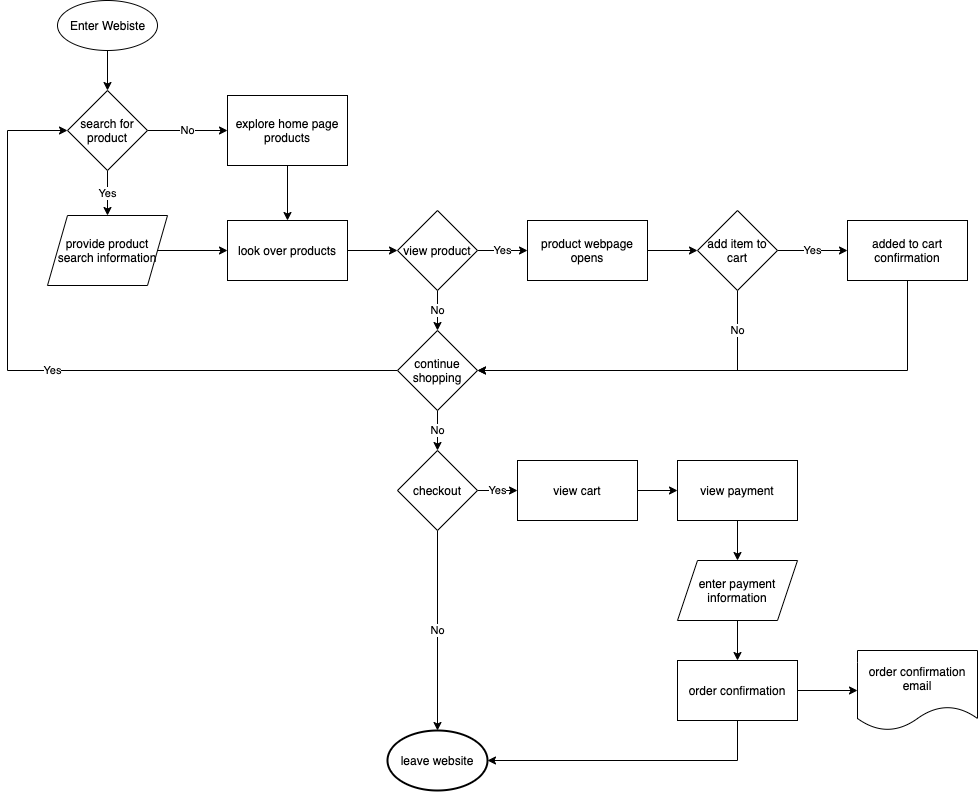
EthanWadsworth/sp21-cse110-lab4 keeps this draw.io diagram as part2/part2.drawio.png. Above is the earlier version. Source tidied: cells renumbered, new cells last; positions are measured from the earlier drawing's top-left corner, leaving out a move shared by most shapes.
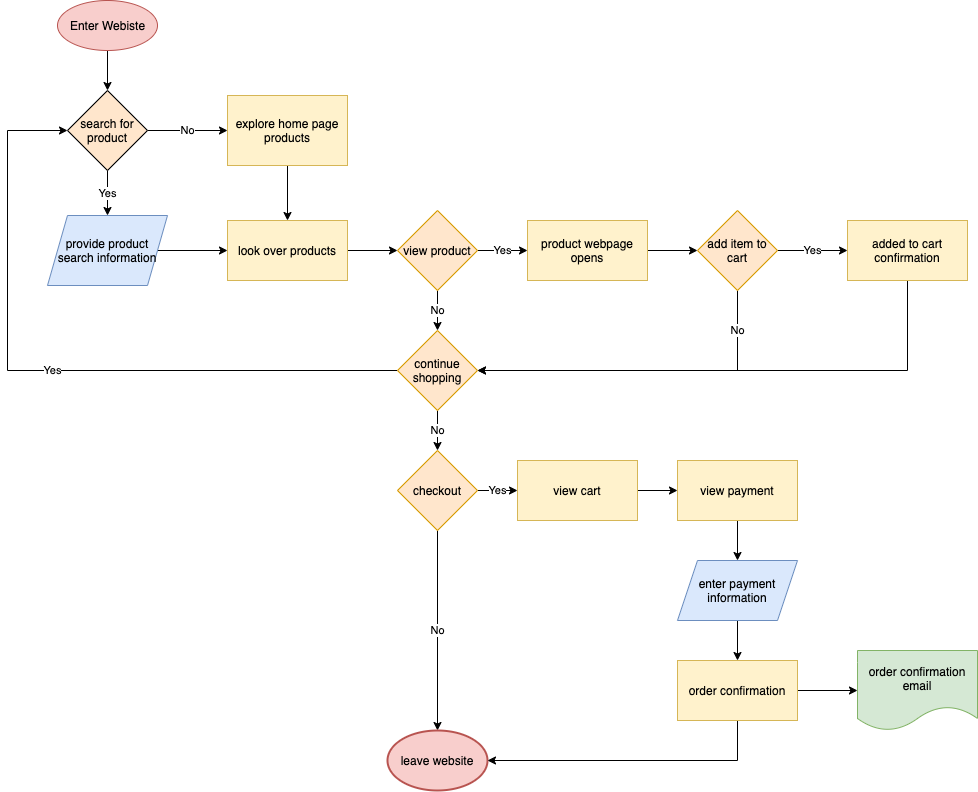
Later version of the same file.

What changed in the source:
```diff
@@ -2,19 +2,19 @@
   <root>
     <mxCell id="0" />
     <mxCell id="1" parent="0" />
-    <mxCell id="2" style="edgeStyle=orthogonalEdgeStyle;rounded=0;jettySize=auto;html=1;" parent="1" edge="1" source="3" target="23">
+    <mxCell id="2" style="edgeStyle=orthogonalEdgeStyle;rounded=0;jettySize=auto;html=1;strokeColor=#000000;" parent="1" edge="1" source="3" target="23">
       <mxGeometry relative="1" as="geometry" />
     </mxCell>
-    <mxCell id="3" value="Enter Webiste" style="shape=ellipse;html=1;dashed=0;whitespace=wrap;perimeter=ellipsePerimeter;" parent="1" vertex="1">
+    <mxCell id="3" value="Enter Webiste" style="shape=ellipse;html=1;dashed=0;whitespace=wrap;perimeter=ellipsePerimeter;fillColor=#f8cecc;strokeColor=#b85450;fontColor=#000000;" parent="1" vertex="1">
       <mxGeometry x="50" width="100" height="50" as="geometry" />
     </mxCell>
-    <mxCell id="4" style="edgeStyle=orthogonalEdgeStyle;rounded=0;jettySize=auto;html=1;" parent="1" edge="1" source="5" target="25">
+    <mxCell id="4" style="edgeStyle=orthogonalEdgeStyle;rounded=0;jettySize=auto;html=1;strokeColor=#000000;" parent="1" edge="1" source="5" target="25">
       <mxGeometry relative="1" as="geometry" />
     </mxCell>
-    <mxCell id="5" value="explore home page products" style="rounded=0;whiteSpace=wrap;html=1;" parent="1" vertex="1">
+    <mxCell id="5" value="explore home page products" style="rounded=0;whiteSpace=wrap;html=1;fillColor=#fff2cc;strokeColor=#d6b656;fontColor=#000000;" parent="1" vertex="1">
       <mxGeometry x="220" y="95" width="120" height="70" as="geometry" />
     </mxCell>
-    <mxCell id="6" value="Yes" style="edgeStyle=orthogonalEdgeStyle;rounded=0;jettySize=auto;html=1;exitX=0;exitY=0.5;exitDx=0;exitDy=0;entryX=0;entryY=0.5;entryDx=0;entryDy=0;" parent="1" edge="1" source="8" target="23">
+    <mxCell id="6" value="Yes" style="edgeStyle=orthogonalEdgeStyle;rounded=0;jettySize=auto;html=1;exitX=0;exitY=0.5;exitDx=0;exitDy=0;entryX=0;entryY=0.5;entryDx=0;entryDy=0;strokeColor=#000000;fontColor=#000000;" parent="1" edge="1" source="8" target="23">
       <mxGeometry relative="1" as="geometry">
         <Array as="points">
           <mxPoint y="370" />
@@ -22,103 +22,103 @@
         </Array>
       </mxGeometry>
     </mxCell>
-    <mxCell id="7" value="No" style="edgeStyle=orthogonalEdgeStyle;rounded=0;jettySize=auto;html=1;" parent="1" edge="1" source="8" target="11">
+    <mxCell id="7" value="No" style="edgeStyle=orthogonalEdgeStyle;rounded=0;jettySize=auto;html=1;fontColor=#000000;strokeColor=#000000;" parent="1" edge="1" source="8" target="11">
       <mxGeometry relative="1" as="geometry" />
     </mxCell>
-    <mxCell id="8" value="continue shopping" style="rhombus;whiteSpace=wrap;html=1;" parent="1" vertex="1">
+    <mxCell id="8" value="continue shopping" style="rhombus;whiteSpace=wrap;html=1;fillColor=#ffe6cc;strokeColor=#d79b00;fontColor=#000000;" parent="1" vertex="1">
       <mxGeometry x="390" y="330" width="80" height="80" as="geometry" />
     </mxCell>
-    <mxCell id="9" value="Yes" style="edgeStyle=orthogonalEdgeStyle;rounded=0;jettySize=auto;html=1;" parent="1" edge="1" source="11" target="31">
+    <mxCell id="9" value="Yes" style="edgeStyle=orthogonalEdgeStyle;rounded=0;jettySize=auto;html=1;fontColor=#000000;strokeColor=#000000;" parent="1" edge="1" source="11" target="31">
       <mxGeometry relative="1" as="geometry" />
     </mxCell>
-    <mxCell id="10" value="No" style="edgeStyle=orthogonalEdgeStyle;rounded=0;jettySize=auto;html=1;" parent="1" edge="1" source="11" target="12">
+    <mxCell id="10" value="No" style="edgeStyle=orthogonalEdgeStyle;rounded=0;jettySize=auto;html=1;fontColor=#000000;strokeColor=#000000;" parent="1" edge="1" source="11" target="12">
       <mxGeometry relative="1" as="geometry" />
     </mxCell>
-    <mxCell id="11" value="checkout" style="rhombus;whiteSpace=wrap;html=1;" parent="1" vertex="1">
+    <mxCell id="11" value="checkout" style="rhombus;whiteSpace=wrap;html=1;fillColor=#ffe6cc;strokeColor=#d79b00;fontColor=#000000;" parent="1" vertex="1">
       <mxGeometry x="390" y="450" width="80" height="80" as="geometry" />
     </mxCell>
-    <mxCell id="12" value="leave website" style="strokeWidth=2;html=1;shape=mxgraph.flowchart.start_1;whiteSpace=wrap;" parent="1" vertex="1">
+    <mxCell id="12" value="leave website" style="strokeWidth=2;html=1;shape=mxgraph.flowchart.start_1;whiteSpace=wrap;fillColor=#f8cecc;strokeColor=#b85450;fontColor=#000000;" parent="1" vertex="1">
       <mxGeometry x="380" y="730" width="100" height="60" as="geometry" />
     </mxCell>
-    <mxCell id="13" value="Yes" style="edgeStyle=orthogonalEdgeStyle;rounded=0;jettySize=auto;html=1;" parent="1" edge="1" source="15" target="27">
+    <mxCell id="13" value="Yes" style="edgeStyle=orthogonalEdgeStyle;rounded=0;jettySize=auto;html=1;fontColor=#000000;strokeColor=#000000;" parent="1" edge="1" source="15" target="27">
       <mxGeometry relative="1" as="geometry" />
     </mxCell>
-    <mxCell id="14" value="No" style="edgeStyle=orthogonalEdgeStyle;rounded=0;jettySize=auto;html=1;" parent="1" edge="1" source="15" target="8">
+    <mxCell id="14" value="No" style="edgeStyle=orthogonalEdgeStyle;rounded=0;jettySize=auto;html=1;fontColor=#000000;strokeColor=#000000;" parent="1" edge="1" source="15" target="8">
       <mxGeometry relative="1" as="geometry" />
     </mxCell>
-    <mxCell id="15" value="view product" style="rhombus;whiteSpace=wrap;html=1;" parent="1" vertex="1">
+    <mxCell id="15" value="view product" style="rhombus;whiteSpace=wrap;html=1;fillColor=#ffe6cc;strokeColor=#d79b00;fontColor=#000000;" parent="1" vertex="1">
       <mxGeometry x="390" y="210" width="80" height="80" as="geometry" />
     </mxCell>
-    <mxCell id="16" style="edgeStyle=orthogonalEdgeStyle;rounded=0;jettySize=auto;html=1;" parent="1" edge="1" source="17" target="25">
+    <mxCell id="16" style="edgeStyle=orthogonalEdgeStyle;rounded=0;jettySize=auto;html=1;strokeColor=#000000;" parent="1" edge="1" source="17" target="25">
       <mxGeometry relative="1" as="geometry" />
     </mxCell>
-    <mxCell id="17" value="provide product search information" style="shape=parallelogram;perimeter=parallelogramPerimeter;whiteSpace=wrap;html=1;fixedSize=1;rounded=0;" parent="1" vertex="1">
+    <mxCell id="17" value="provide product search information" style="shape=parallelogram;perimeter=parallelogramPerimeter;whiteSpace=wrap;html=1;fixedSize=1;rounded=0;fillColor=#dae8fc;strokeColor=#6c8ebf;fontColor=#000000;" parent="1" vertex="1">
       <mxGeometry x="40" y="215" width="120" height="70" as="geometry" />
     </mxCell>
-    <mxCell id="18" value="Yes" style="edgeStyle=orthogonalEdgeStyle;rounded=0;jettySize=auto;html=1;" parent="1" edge="1" source="20" target="29">
+    <mxCell id="18" value="Yes" style="edgeStyle=orthogonalEdgeStyle;rounded=0;jettySize=auto;html=1;fontColor=#000000;strokeColor=#000000;" parent="1" edge="1" source="20" target="29">
       <mxGeometry relative="1" as="geometry" />
     </mxCell>
-    <mxCell id="19" value="No" style="edgeStyle=orthogonalEdgeStyle;rounded=0;jettySize=auto;html=1;exitX=0.5;exitY=1;exitDx=0;exitDy=0;entryX=1;entryY=0.5;entryDx=0;entryDy=0;" parent="1" edge="1" source="20" target="8">
+    <mxCell id="19" value="No" style="edgeStyle=orthogonalEdgeStyle;rounded=0;jettySize=auto;html=1;exitX=0.5;exitY=1;exitDx=0;exitDy=0;entryX=1;entryY=0.5;entryDx=0;entryDy=0;fontColor=#000000;strokeColor=#000000;" parent="1" edge="1" source="20" target="8">
       <mxGeometry x="-0.76" relative="1" as="geometry" />
     </mxCell>
-    <mxCell id="20" value="add item to cart" style="rhombus;whiteSpace=wrap;html=1;" parent="1" vertex="1">
+    <mxCell id="20" value="add item to cart" style="rhombus;whiteSpace=wrap;html=1;fillColor=#ffe6cc;strokeColor=#d79b00;fontColor=#000000;" parent="1" vertex="1">
       <mxGeometry x="690" y="210" width="80" height="80" as="geometry" />
     </mxCell>
-    <mxCell id="21" value="Yes" style="edgeStyle=orthogonalEdgeStyle;rounded=0;jettySize=auto;html=1;exitX=0.5;exitY=1;exitDx=0;exitDy=0;entryX=0.5;entryY=0;entryDx=0;entryDy=0;" parent="1" edge="1" source="23" target="17">
+    <mxCell id="21" value="Yes" style="edgeStyle=orthogonalEdgeStyle;rounded=0;jettySize=auto;html=1;exitX=0.5;exitY=1;exitDx=0;exitDy=0;entryX=0.5;entryY=0;entryDx=0;entryDy=0;fontColor=#000000;strokeColor=#000000;" parent="1" edge="1" source="23" target="17">
       <mxGeometry relative="1" as="geometry" />
     </mxCell>
-    <mxCell id="22" value="No" style="edgeStyle=orthogonalEdgeStyle;rounded=0;jettySize=auto;html=1;" parent="1" edge="1" source="23" target="5">
+    <mxCell id="22" value="No" style="edgeStyle=orthogonalEdgeStyle;rounded=0;jettySize=auto;html=1;fontColor=#000000;strokeColor=#000000;" parent="1" edge="1" source="23" target="5">
       <mxGeometry relative="1" as="geometry" />
     </mxCell>
-    <mxCell id="23" value="search for product" style="rhombus;whiteSpace=wrap;html=1;" parent="1" vertex="1">
+    <mxCell id="23" value="search for product" style="rhombus;whiteSpace=wrap;html=1;fillColor=#ffe6cc;strokeColor=#000000;fontColor=#000000;" parent="1" vertex="1">
       <mxGeometry x="60" y="90" width="80" height="80" as="geometry" />
     </mxCell>
-    <mxCell id="24" style="edgeStyle=orthogonalEdgeStyle;rounded=0;jettySize=auto;html=1;" parent="1" edge="1" source="25" target="15">
+    <mxCell id="24" style="edgeStyle=orthogonalEdgeStyle;rounded=0;jettySize=auto;html=1;fontColor=#000000;labelBorderColor=#000000;fillColor=#f5f5f5;strokeColor=#000000;" parent="1" edge="1" source="25" target="15">
       <mxGeometry relative="1" as="geometry" />
     </mxCell>
-    <mxCell id="25" value="look over products" style="rounded=0;whiteSpace=wrap;html=1;" parent="1" vertex="1">
+    <mxCell id="25" value="look over products" style="rounded=0;whiteSpace=wrap;html=1;fillColor=#fff2cc;strokeColor=#d6b656;fontColor=#000000;" parent="1" vertex="1">
       <mxGeometry x="220" y="220" width="120" height="60" as="geometry" />
     </mxCell>
-    <mxCell id="26" style="edgeStyle=orthogonalEdgeStyle;rounded=0;jettySize=auto;html=1;" parent="1" edge="1" source="27" target="20">
+    <mxCell id="26" style="edgeStyle=orthogonalEdgeStyle;rounded=0;jettySize=auto;html=1;strokeColor=#000000;" parent="1" edge="1" source="27" target="20">
       <mxGeometry relative="1" as="geometry" />
     </mxCell>
-    <mxCell id="27" value="product webpage opens" style="rounded=0;whiteSpace=wrap;html=1;" parent="1" vertex="1">
+    <mxCell id="27" value="product webpage opens" style="rounded=0;whiteSpace=wrap;html=1;fillColor=#fff2cc;strokeColor=#d6b656;fontColor=#000000;" parent="1" vertex="1">
       <mxGeometry x="520" y="220" width="120" height="60" as="geometry" />
     </mxCell>
-    <mxCell id="28" style="edgeStyle=orthogonalEdgeStyle;rounded=0;jettySize=auto;html=1;exitX=0.5;exitY=1;exitDx=0;exitDy=0;entryX=1;entryY=0.5;entryDx=0;entryDy=0;" parent="1" edge="1" source="29" target="8">
+    <mxCell id="28" style="edgeStyle=orthogonalEdgeStyle;rounded=0;jettySize=auto;html=1;exitX=0.5;exitY=1;exitDx=0;exitDy=0;entryX=1;entryY=0.5;entryDx=0;entryDy=0;strokeColor=#000000;" parent="1" edge="1" source="29" target="8">
       <mxGeometry relative="1" as="geometry" />
     </mxCell>
-    <mxCell id="29" value="added to cart confirmation" style="rounded=0;whiteSpace=wrap;html=1;" parent="1" vertex="1">
+    <mxCell id="29" value="added to cart confirmation" style="rounded=0;whiteSpace=wrap;html=1;fillColor=#fff2cc;strokeColor=#d6b656;fontColor=#000000;" parent="1" vertex="1">
       <mxGeometry x="840" y="220" width="120" height="60" as="geometry" />
     </mxCell>
-    <mxCell id="30" style="edgeStyle=orthogonalEdgeStyle;rounded=0;jettySize=auto;html=1;" parent="1" edge="1" source="31" target="33">
+    <mxCell id="30" style="edgeStyle=orthogonalEdgeStyle;rounded=0;jettySize=auto;html=1;strokeColor=#000000;" parent="1" edge="1" source="31" target="33">
       <mxGeometry relative="1" as="geometry" />
     </mxCell>
-    <mxCell id="31" value="view cart" style="rounded=0;whiteSpace=wrap;html=1;" parent="1" vertex="1">
+    <mxCell id="31" value="view cart" style="rounded=0;whiteSpace=wrap;html=1;fillColor=#fff2cc;strokeColor=#d6b656;fontColor=#000000;" parent="1" vertex="1">
       <mxGeometry x="510" y="460" width="120" height="60" as="geometry" />
     </mxCell>
-    <mxCell id="32" style="edgeStyle=orthogonalEdgeStyle;rounded=0;jettySize=auto;html=1;" parent="1" edge="1" source="33" target="35">
+    <mxCell id="32" style="edgeStyle=orthogonalEdgeStyle;rounded=0;jettySize=auto;html=1;strokeColor=#000000;" parent="1" edge="1" source="33" target="35">
       <mxGeometry relative="1" as="geometry" />
     </mxCell>
-    <mxCell id="33" value="view payment" style="rounded=0;whiteSpace=wrap;html=1;" parent="1" vertex="1">
+    <mxCell id="33" value="view payment" style="rounded=0;whiteSpace=wrap;html=1;fillColor=#fff2cc;strokeColor=#d6b656;fontColor=#000000;" parent="1" vertex="1">
       <mxGeometry x="670" y="460" width="120" height="60" as="geometry" />
     </mxCell>
-    <mxCell id="34" style="edgeStyle=orthogonalEdgeStyle;rounded=0;jettySize=auto;html=1;" parent="1" edge="1" source="35" target="39">
+    <mxCell id="34" style="edgeStyle=orthogonalEdgeStyle;rounded=0;jettySize=auto;html=1;strokeColor=#000000;" parent="1" edge="1" source="35" target="39">
       <mxGeometry relative="1" as="geometry" />
     </mxCell>
-    <mxCell id="35" value="enter payment information" style="shape=parallelogram;perimeter=parallelogramPerimeter;whiteSpace=wrap;html=1;fixedSize=1;rounded=0;" parent="1" vertex="1">
+    <mxCell id="35" value="enter payment information" style="shape=parallelogram;perimeter=parallelogramPerimeter;whiteSpace=wrap;html=1;fixedSize=1;rounded=0;fillColor=#dae8fc;strokeColor=#6c8ebf;fontColor=#000000;" parent="1" vertex="1">
       <mxGeometry x="670" y="560" width="120" height="60" as="geometry" />
     </mxCell>
-    <mxCell id="36" value="order confirmation email" style="shape=document;whiteSpace=wrap;html=1;boundedLbl=1;rounded=0;" parent="1" vertex="1">
+    <mxCell id="36" value="order confirmation email" style="shape=document;whiteSpace=wrap;html=1;boundedLbl=1;rounded=0;fillColor=#d5e8d4;strokeColor=#82b366;fontColor=#000000;" parent="1" vertex="1">
       <mxGeometry x="850" y="650" width="120" height="80" as="geometry" />
     </mxCell>
-    <mxCell id="37" style="edgeStyle=orthogonalEdgeStyle;rounded=0;jettySize=auto;html=1;exitX=0.5;exitY=1;exitDx=0;exitDy=0;entryX=1;entryY=0.5;entryDx=0;entryDy=0;entryPerimeter=0;" parent="1" edge="1" source="39" target="12">
+    <mxCell id="37" style="edgeStyle=orthogonalEdgeStyle;rounded=0;jettySize=auto;html=1;exitX=0.5;exitY=1;exitDx=0;exitDy=0;entryX=1;entryY=0.5;entryDx=0;entryDy=0;entryPerimeter=0;strokeColor=#000000;" parent="1" edge="1" source="39" target="12">
       <mxGeometry relative="1" as="geometry" />
     </mxCell>
-    <mxCell id="38" style="edgeStyle=orthogonalEdgeStyle;rounded=0;jettySize=auto;html=1;" parent="1" edge="1" source="39" target="36">
+    <mxCell id="38" style="edgeStyle=orthogonalEdgeStyle;rounded=0;jettySize=auto;html=1;strokeColor=#000000;" parent="1" edge="1" source="39" target="36">
       <mxGeometry relative="1" as="geometry" />
     </mxCell>
-    <mxCell id="39" value="order confirmation" style="whiteSpace=wrap;html=1;rounded=0;" parent="1" vertex="1">
+    <mxCell id="39" value="order confirmation" style="whiteSpace=wrap;html=1;rounded=0;fillColor=#fff2cc;strokeColor=#d6b656;fontColor=#000000;" parent="1" vertex="1">
       <mxGeometry x="670" y="660" width="120" height="60" as="geometry" />
     </mxCell>
   </root>
```
